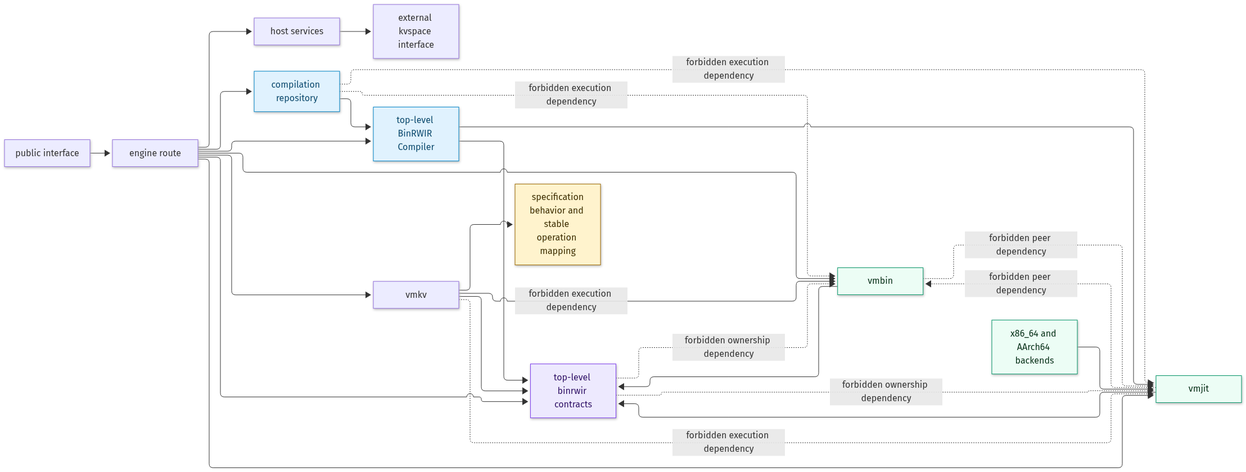
Earlier version of the Mermaid export runtimec/documentation/architecture/runtimec-dependencies.png (array2d/kvlang). Its source is kept beside it as runtimec/documentation/architecture/runtimec-dependencies.mmd.
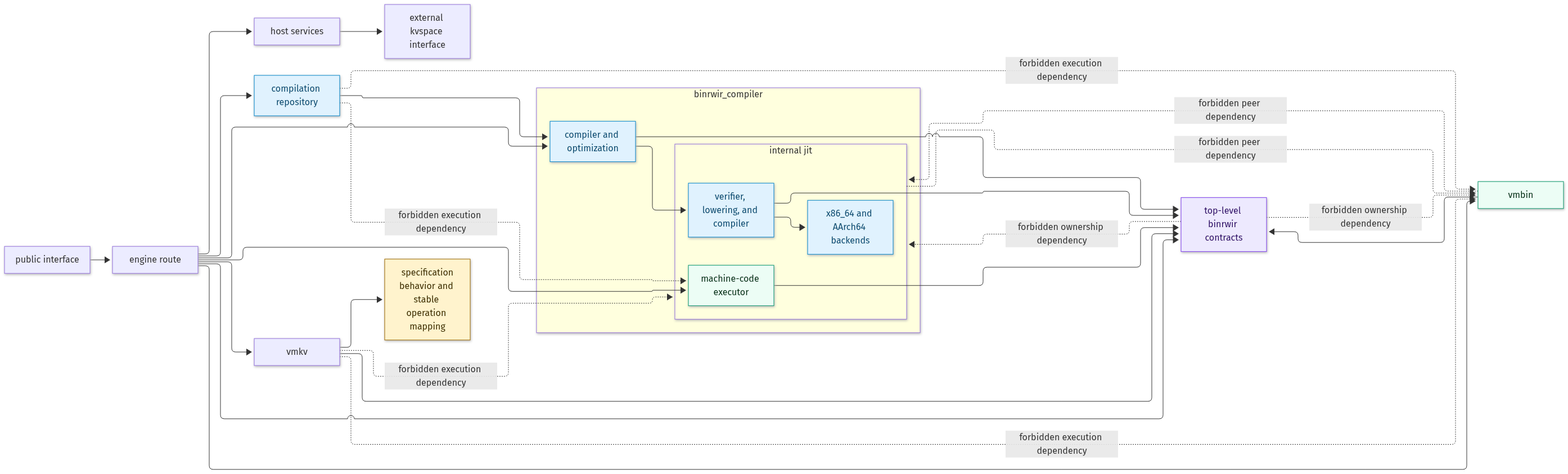
Above is the later version.

The edit, as a diff of the source:
```diff
@@ -7,10 +7,18 @@
   KVSPACE["external kvspace interface"]
   VMKV["vmkv"]
   BINRWIR["top-level binrwir contracts"]
-  COMPILER["top-level BinRWIR Compiler"]
   VMBIN["vmbin"]
-  VMJIT["vmjit"]
-  BACKENDS["x86_64 and AArch64 backends"]
+
+  subgraph BINRWIR_COMPILER["binrwir_compiler"]
+    COMPILER["compiler and optimization"]
+    subgraph JIT["internal jit"]
+      JIT_COMPILER["verifier, lowering, and compiler"]
+      BACKENDS["x86_64 and AArch64 backends"]
+      JIT_EXECUTOR["machine-code executor"]
+      JIT_COMPILER --> BACKENDS
+    end
+    COMPILER --> JIT_COMPILER
+  end
 
   INTERFACE --> ROUTE
   ROUTE --> HOST
@@ -18,26 +26,25 @@
   ROUTE --> VMKV
   ROUTE --> COMPILER
   ROUTE --> BINRWIR
-  ROUTE --> VMJIT
+  ROUTE --> JIT_EXECUTOR
   ROUTE --> VMBIN
   HOST --> KVSPACE
   VMKV --> SPECIFICATION
   VMKV --> BINRWIR
   COMPILER --> BINRWIR
-  COMPILER --> VMJIT
   REPOSITORY --> COMPILER
   VMBIN --> BINRWIR
-  VMJIT --> BINRWIR
-  BACKENDS --> VMJIT
+  JIT_COMPILER --> BINRWIR
+  JIT_EXECUTOR --> BINRWIR
 
   BINRWIR -. "forbidden ownership dependency" .-> VMBIN
-  BINRWIR -. "forbidden ownership dependency" .-> VMJIT
+  BINRWIR -. "forbidden ownership dependency" .-> JIT
   VMKV -. "forbidden execution dependency" .-> VMBIN
-  VMKV -. "forbidden execution dependency" .-> VMJIT
-  VMBIN -. "forbidden peer dependency" .-> VMJIT
-  VMJIT -. "forbidden peer dependency" .-> VMBIN
+  VMKV -. "forbidden execution dependency" .-> JIT
+  VMBIN -. "forbidden peer dependency" .-> JIT
+  JIT -. "forbidden peer dependency" .-> VMBIN
   REPOSITORY -. "forbidden execution dependency" .-> VMBIN
-  REPOSITORY -. "forbidden execution dependency" .-> VMJIT
+  REPOSITORY -. "forbidden execution dependency" .-> JIT_EXECUTOR
 
   classDef specification fill:#fff3cd,stroke:#9a6700,color:#3d2e00
   classDef neutral fill:#ede9fe,stroke:#7c3aed,color:#2e1065
@@ -45,5 +52,5 @@
   classDef executor fill:#ecfdf5,stroke:#059669,color:#052e16
   class SPECIFICATION specification
   class BINRWIR neutral
-  class COMPILER,REPOSITORY compiler
-  class VMBIN,VMJIT,BACKENDS executor
+  class COMPILER,REPOSITORY,JIT_COMPILER,BACKENDS compiler
+  class VMBIN,JIT_EXECUTOR executor
```
